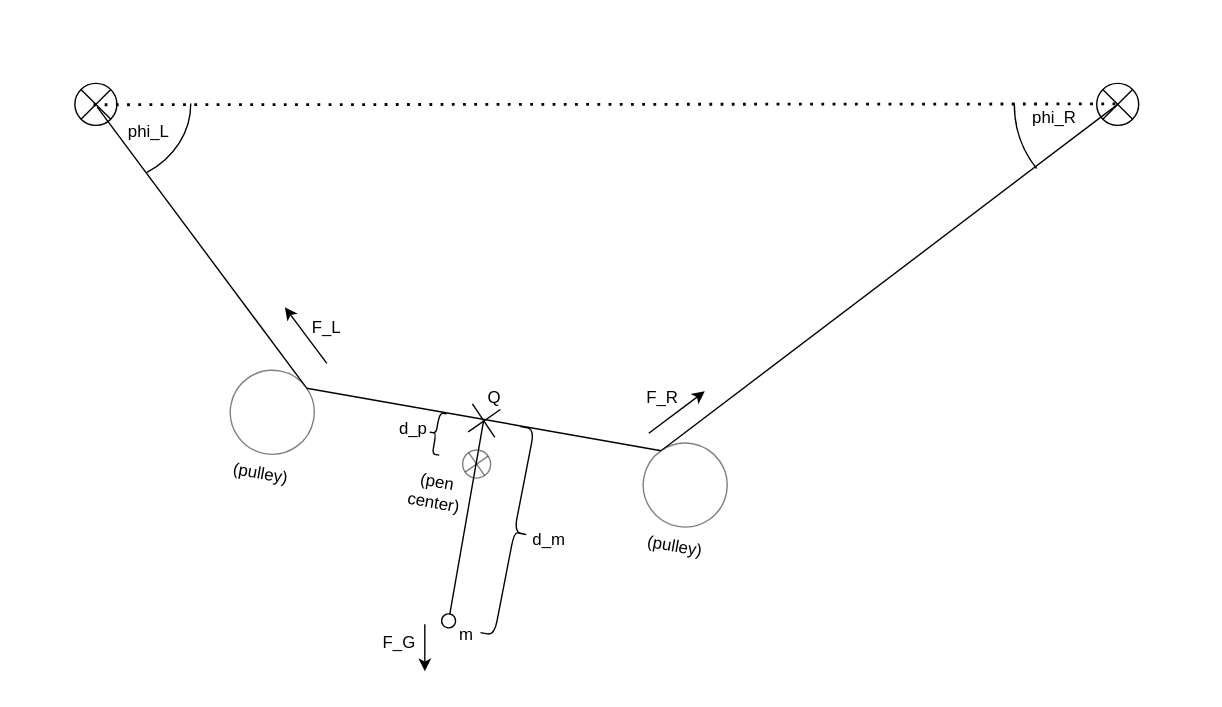
This is images/doc/kinematic_model1.drawio.svg from nikivanov/mural, a draw.io export, as it was before one commit. Source tidied: cells renumbered, new cells last; positions are measured from the earlier drawing's top-left corner, leaving out a move shared by most shapes.
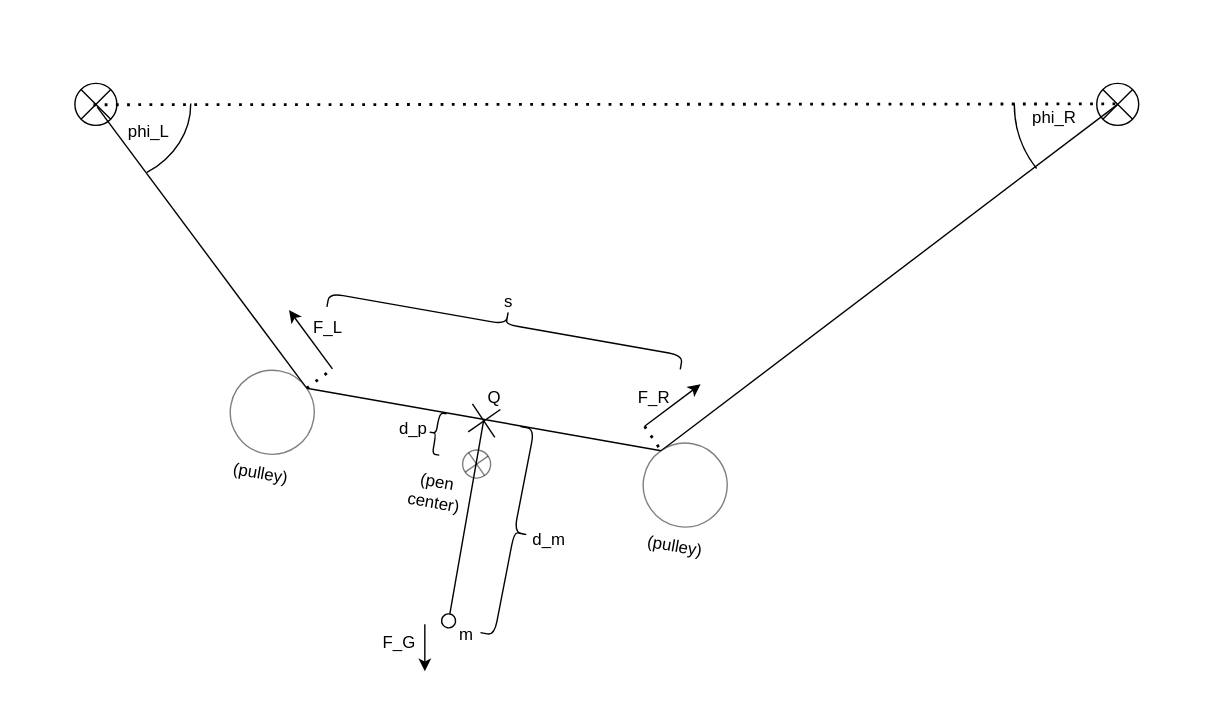
After the change.

Commit message:
kinematic model, first draft complete

Diff of the diagram source:
```diff
@@ -101,20 +101,20 @@
     </mxCell>
     <mxCell id="31" style="endArrow=classic;html=1;rounded=0;" parent="1" edge="1">
       <mxGeometry relative="1" as="geometry">
-        <mxPoint x="233" y="259" as="sourcePoint" />
-        <mxPoint x="203" y="219" as="targetPoint" />
+        <mxPoint x="237" y="263" as="sourcePoint" />
+        <mxPoint x="206" y="221" as="targetPoint" />
       </mxGeometry>
     </mxCell>
     <mxCell id="32" value="F_L" style="text;html=1;align=center;verticalAlign=middle;whiteSpace=wrap;rounded=0;" parent="1" vertex="1">
-      <mxGeometry x="203" y="219" width="60" height="30" as="geometry" />
+      <mxGeometry x="204" y="219" width="60" height="30" as="geometry" />
     </mxCell>
     <mxCell id="33" value="F_R" style="text;html=1;align=center;verticalAlign=middle;whiteSpace=wrap;rounded=0;" parent="1" vertex="1">
-      <mxGeometry x="443" y="269" width="60" height="30" as="geometry" />
+      <mxGeometry x="437" y="269" width="60" height="30" as="geometry" />
     </mxCell>
     <mxCell id="34" style="endArrow=classic;html=1;rounded=0;" parent="1" edge="1">
       <mxGeometry relative="1" as="geometry">
-        <mxPoint x="463" y="309" as="sourcePoint" />
-        <mxPoint x="503" y="279" as="targetPoint" />
+        <mxPoint x="460" y="304" as="sourcePoint" />
+        <mxPoint x="500" y="274" as="targetPoint" />
       </mxGeometry>
     </mxCell>
     <mxCell id="35" style="endArrow=classic;html=1;rounded=0;exitX=0;exitY=0.25;exitDx=0;exitDy=0;" parent="1" edge="1" source="20">
@@ -122,5 +122,21 @@
         <mxPoint x="303" y="479" as="targetPoint" />
       </mxGeometry>
     </mxCell>
+    <mxCell id="36" style="shape=curlyBracket;whiteSpace=wrap;html=1;rounded=1;flipH=1;labelPosition=right;verticalLabelPosition=middle;align=left;verticalAlign=middle;rotation=-80;" parent="1" vertex="1">
+      <mxGeometry x="351" y="103" width="20" height="256.3" as="geometry" />
+    </mxCell>
+    <mxCell id="37" style="endArrow=none;dashed=1;html=1;dashPattern=1 3;strokeWidth=2;rounded=0;exitX=1;exitY=0;exitDx=0;exitDy=0;" parent="1" edge="1" source="9">
+      <mxGeometry relative="1" as="geometry">
+        <mxPoint x="237" y="263" as="targetPoint" />
+      </mxGeometry>
+    </mxCell>
+    <mxCell id="38" style="endArrow=none;dashed=1;html=1;dashPattern=1 3;strokeWidth=2;rounded=0;entryX=0;entryY=0;entryDx=0;entryDy=0;" parent="1" edge="1" target="10">
+      <mxGeometry relative="1" as="geometry">
+        <mxPoint x="460" y="304" as="sourcePoint" />
+      </mxGeometry>
+    </mxCell>
+    <mxCell id="39" value="s" style="text;html=1;align=center;verticalAlign=middle;whiteSpace=wrap;rounded=0;" parent="1" vertex="1">
+      <mxGeometry x="333" y="200" width="60" height="30" as="geometry" />
+    </mxCell>
   </root>
 </mxGraphModel>
```
